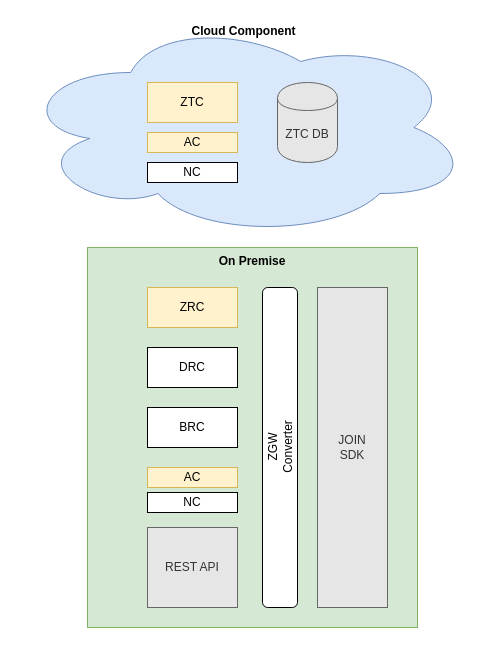
surajpunugade/surajgithubsite keeps this draw.io diagram as ZGW2.0.drawio. Above is the earlier version. Source tidied: cells renumbered, new cells numbered last; positions are measured from the earlier drawing's top-left corner, leaving out a move shared by most shapes. Both pictures are drawn from the tidied source at 100%, with x=0, y=0 at pixel (17, 17).
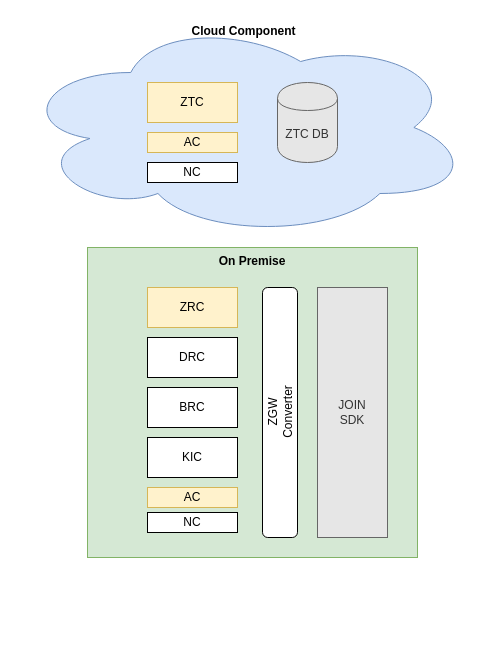
After the change.

What changed in the source:
```diff
@@
 <mxGraphModel>
   <root>
     <mxCell id="0" />
     <mxCell id="1" parent="0" />
     <mxCell id="2" value="&lt;span style=&quot;font-weight: 700&quot;&gt;Cloud Component&lt;/span&gt;" style="ellipse;shape=cloud;whiteSpace=wrap;html=1;verticalAlign=top;fillColor=#dae8fc;strokeColor=#6c8ebf;" parent="1" vertex="1">
       <mxGeometry width="453" height="220" as="geometry" />
     </mxCell>
     <mxCell id="3" value="On Premise" style="rounded=0;whiteSpace=wrap;html=1;fillColor=#d5e8d4;strokeColor=#82b366;verticalAlign=top;fontStyle=1;" parent="1" vertex="1">
-      <mxGeometry x="70" y="230" width="330" height="380" as="geometry" />
+      <mxGeometry x="70" y="230" width="330" height="310" as="geometry" />
     </mxCell>
     <mxCell id="4" value="ZRC" style="rounded=0;whiteSpace=wrap;html=1;fillColor=#fff2cc;strokeColor=#d6b656;" parent="1" vertex="1">
       <mxGeometry x="130" y="270" width="90" height="40" as="geometry" />
     </mxCell>
     <mxCell id="5" value="DRC" style="rounded=0;whiteSpace=wrap;html=1;" parent="1" vertex="1">
-      <mxGeometry x="130" y="330" width="90" height="40" as="geometry" />
+      <mxGeometry x="130" y="320" width="90" height="40" as="geometry" />
     </mxCell>
     <mxCell id="6" value="BRC" style="rounded=0;whiteSpace=wrap;html=1;" parent="1" vertex="1">
-      <mxGeometry x="130" y="390" width="90" height="40" as="geometry" />
+      <mxGeometry x="130" y="370" width="90" height="40" as="geometry" />
     </mxCell>
     <mxCell id="7" value="NC" style="rounded=0;whiteSpace=wrap;html=1;" parent="1" vertex="1">
-      <mxGeometry x="130" y="475" width="90" height="20" as="geometry" />
+      <mxGeometry x="130" y="495" width="90" height="20" as="geometry" />
     </mxCell>
     <mxCell id="8" value="AC" style="rounded=0;whiteSpace=wrap;html=1;fillColor=#fff2cc;strokeColor=#d6b656;" parent="1" vertex="1">
-      <mxGeometry x="130" y="450" width="90" height="20" as="geometry" />
+      <mxGeometry x="130" y="470" width="90" height="20" as="geometry" />
     </mxCell>
-    <mxCell id="9" value="REST API" style="rounded=0;whiteSpace=wrap;html=1;fillColor=#E6E6E6;strokeColor=#666666;fontColor=#333333;" parent="1" vertex="1">
-      <mxGeometry x="130" y="510" width="90" height="80" as="geometry" />
-    </mxCell>
     <mxCell id="10" value="NC" style="rounded=0;whiteSpace=wrap;html=1;" parent="1" vertex="1">
       <mxGeometry x="130" y="145" width="90" height="20" as="geometry" />
     </mxCell>
     <mxCell id="11" value="AC" style="rounded=0;whiteSpace=wrap;html=1;fillColor=#fff2cc;strokeColor=#d6b656;" parent="1" vertex="1">
       <mxGeometry x="130" y="115" width="90" height="20" as="geometry" />
     </mxCell>
     <mxCell id="12" value="ZTC" style="rounded=0;whiteSpace=wrap;html=1;fillColor=#fff2cc;strokeColor=#d6b656;" parent="1" vertex="1">
       <mxGeometry x="130" y="65" width="90" height="40" as="geometry" />
     </mxCell>
     <mxCell id="13" value="ZTC DB" style="shape=cylinder;whiteSpace=wrap;html=1;boundedLbl=1;backgroundOutline=1;fillColor=#E6E6E6;strokeColor=#666666;fontColor=#333333;" parent="1" vertex="1">
       <mxGeometry x="260" y="65" width="60" height="80" as="geometry" />
     </mxCell>
     <mxCell id="14" value="JOIN&lt;br&gt;SDK" style="rounded=0;whiteSpace=wrap;html=1;fillColor=#E6E6E6;strokeColor=#666666;fontColor=#333333;" parent="1" vertex="1">
-      <mxGeometry x="300" y="270" width="70" height="320" as="geometry" />
+      <mxGeometry x="300" y="270" width="70" height="250" as="geometry" />
     </mxCell>
     <mxCell id="15" value="ZGW&lt;br&gt;Converter" style="rounded=1;whiteSpace=wrap;html=1;horizontal=0;" parent="1" vertex="1">
-      <mxGeometry x="245" y="270" width="35" height="320" as="geometry" />
+      <mxGeometry x="245" y="270" width="35" height="250" as="geometry" />
     </mxCell>
+    <mxCell id="16" value="KIC" style="rounded=0;whiteSpace=wrap;html=1;" parent="1" vertex="1">
+      <mxGeometry x="130" y="420" width="90" height="40" as="geometry" />
+    </mxCell>
   </root>
 </mxGraphModel>
```
